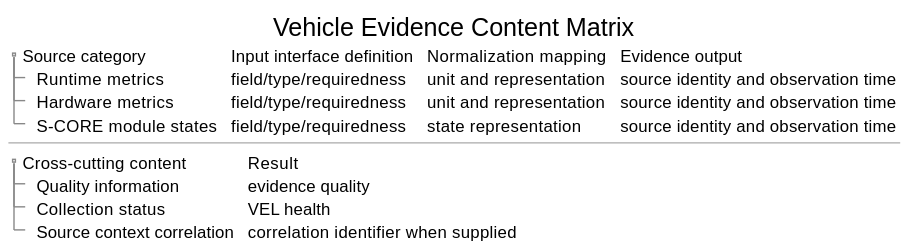
eclipse-pullpiri/vel keeps this PlantUML diagram as docs/features/assets/VEL_evidence_state_matrix.svg. Above is the earlier version. Its diagram source:
```plantuml
@startuml
title Vehicle Evidence Content Matrix

salt
{
  {T
  + Source category | Input interface definition | Normalization mapping | Evidence output
  ++ Runtime metrics | field/type/requiredness | unit and representation | source identity and observation time
  ++ Hardware metrics | field/type/requiredness | unit and representation | source identity and observation time
  ++ S-CORE module states | field/type/requiredness | state representation | source identity and observation time
  }
  --
  {T
  + Cross-cutting content | Result
  ++ Quality information | evidence quality
  ++ Collection status | VEL health
  ++ Source context correlation | correlation identifier when supplied
  }
}
@enduml
```
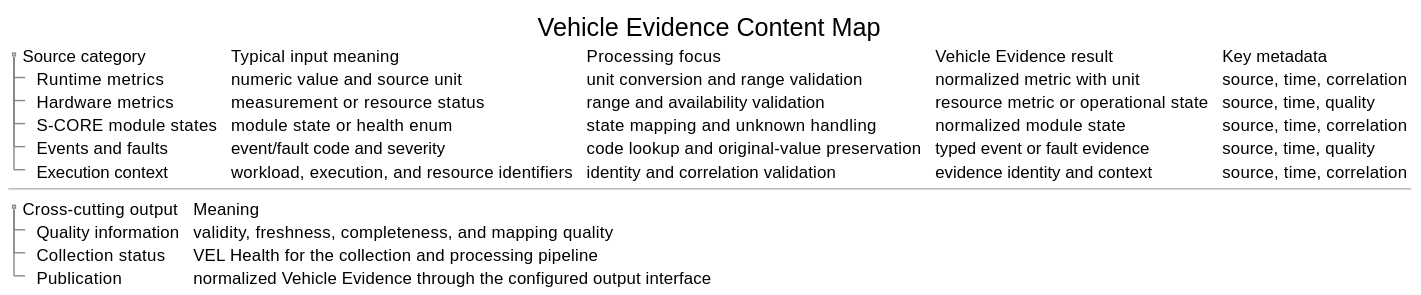
The same file after the commit.

Commit message:
docs(architecture): clarify evidence content map [#18]

Change to the diagram source:
```diff
@@ -1,20 +1,22 @@
 @startuml
-title Vehicle Evidence Content Matrix
+title Vehicle Evidence Content Map
 
 salt
 {
   {T
-  + Source category | Input interface definition | Normalization mapping | Evidence output
-  ++ Runtime metrics | field/type/requiredness | unit and representation | source identity and observation time
-  ++ Hardware metrics | field/type/requiredness | unit and representation | source identity and observation time
-  ++ S-CORE module states | field/type/requiredness | state representation | source identity and observation time
+  + Source category | Typical input meaning | Processing focus | Vehicle Evidence result | Key metadata
+  ++ Runtime metrics | numeric value and source unit | unit conversion and range validation | normalized metric with unit | source, time, correlation
+  ++ Hardware metrics | measurement or resource status | range and availability validation | resource metric or operational state | source, time, quality
+  ++ S-CORE module states | module state or health enum | state mapping and unknown handling | normalized module state | source, time, correlation
+  ++ Events and faults | event/fault code and severity | code lookup and original-value preservation | typed event or fault evidence | source, time, quality
+  ++ Execution context | workload, execution, and resource identifiers | identity and correlation validation | evidence identity and context | source, time, correlation
   }
   --
   {T
-  + Cross-cutting content | Result
-  ++ Quality information | evidence quality
-  ++ Collection status | VEL health
-  ++ Source context correlation | correlation identifier when supplied
+  + Cross-cutting output | Meaning
+  ++ Quality information | validity, freshness, completeness, and mapping quality
+  ++ Collection status | VEL Health for the collection and processing pipeline
+  ++ Publication | normalized Vehicle Evidence through the configured output interface
   }
 }
 @enduml
```
